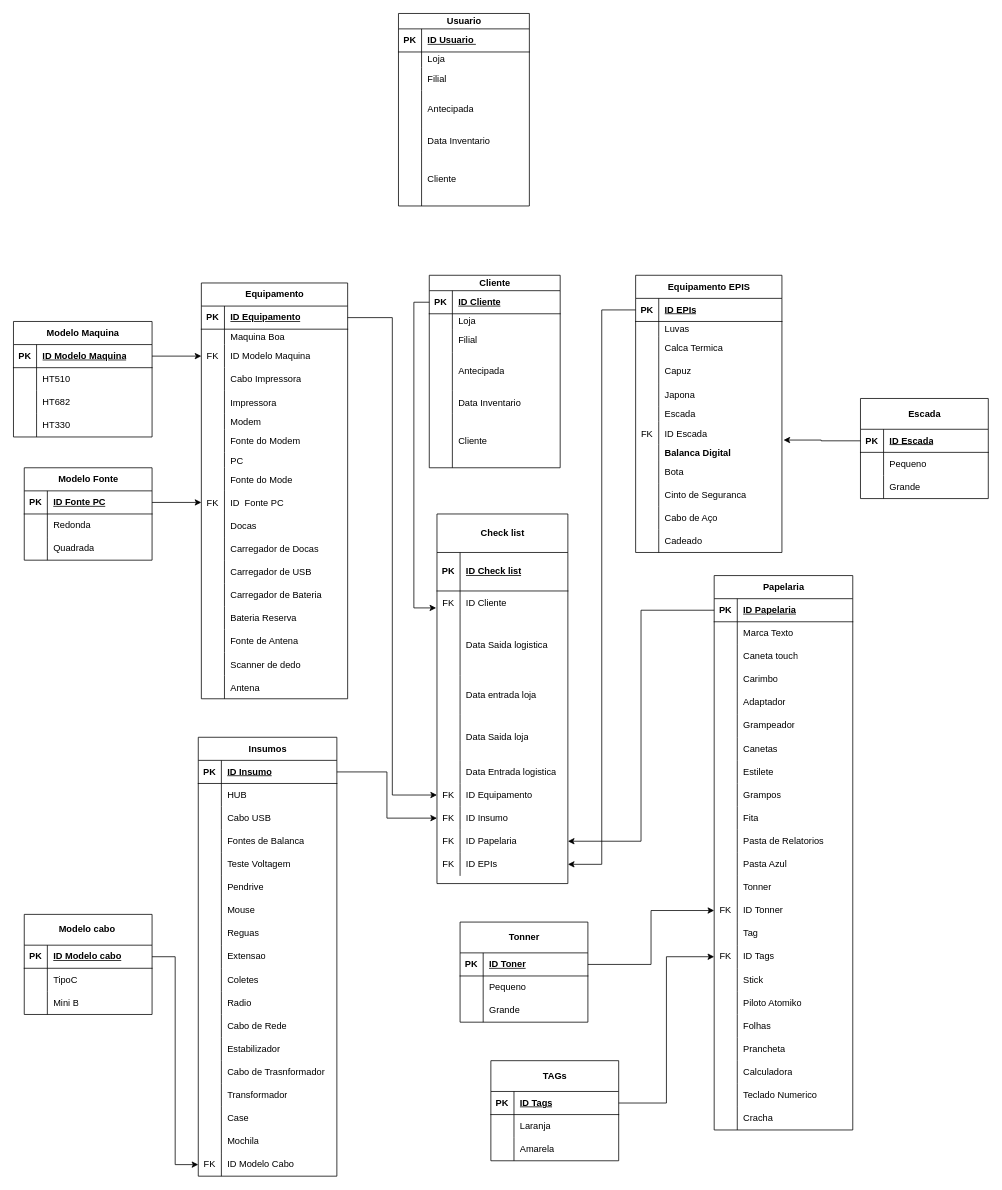
This is Diagrama sem nome.drawio from Marcelrd97/BD-, a draw.io file, before an edit. Source tidied: cells renumbered, new cells numbered last; positions are measured from the earlier drawing's top-left corner, leaving out a move shared by most shapes. Both pictures are drawn from the tidied source at 77%, with x=0, y=0 at pixel (13, 13).
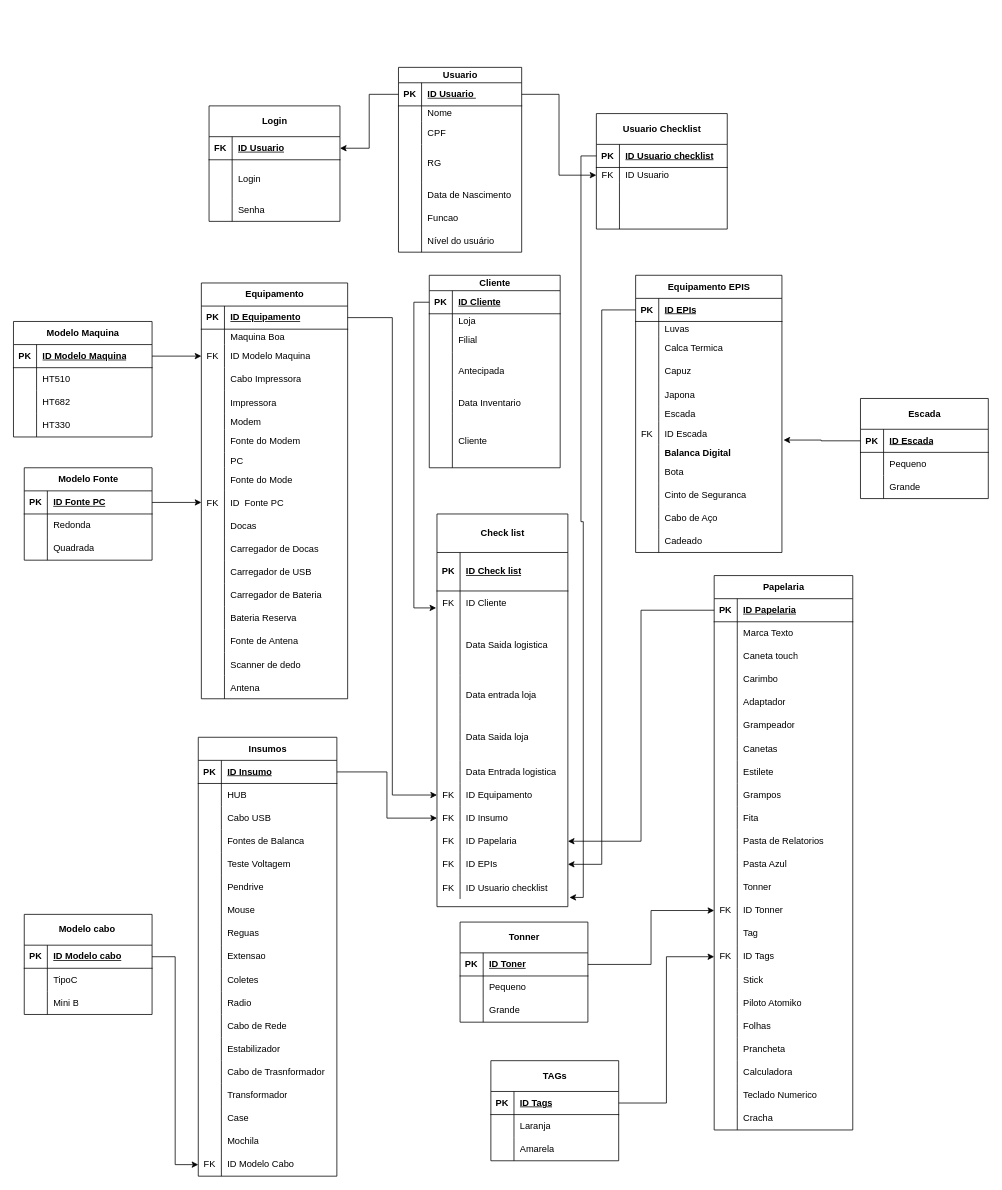
The same page after the edit.

Change to the diagram source:
```diff
@@
     <mxCell id="311" value="Check list" style="shape=table;startSize=50;childLayout=tableLayout;rowLines=0;fontStyle=1;align=center;html=1;" parent="1" vertex="1">
-      <mxGeometry x="550" y="650" width="170" height="480" as="geometry" />
+      <mxGeometry x="550" y="650" width="170" height="510" as="geometry" />
     </mxCell>
@@
+    <mxCell id="366" style="shape=tableRow;horizontal=0;startSize=0;swimlaneHead=0;swimlaneBody=0;fillColor=none;points=[[0,0.5],[1,0.5]];portConstraint=eastwest;top=0;left=0;right=0;bottom=0;" parent="311" vertex="1">
+      <mxGeometry y="470" width="170" height="30" as="geometry" />
+    </mxCell>
+    <mxCell id="367" value="FK" style="shape=partialRectangle;fillColor=none;top=0;left=0;bottom=0;right=0;overflow=hidden;" parent="366" vertex="1">
+      <mxGeometry width="30" height="30" as="geometry" />
+    </mxCell>
+    <mxCell id="368" value="ID Usuario checklist" style="shape=partialRectangle;fillColor=none;top=0;left=0;bottom=0;right=0;align=left;spacingLeft=6;overflow=hidden;" parent="366" vertex="1">
+      <mxGeometry x="30" width="140" height="30" as="geometry" />
+    </mxCell>
@@
     <mxCell id="347" value="Usuario" style="shape=table;startSize=20;childLayout=tableLayout;rowLines=0;fontStyle=1;align=center;html=1;" parent="1" vertex="1">
-      <mxGeometry x="500" width="170" height="250" as="geometry" />
+      <mxGeometry x="500" y="70" width="160" height="240" as="geometry" />
     </mxCell>
     <mxCell id="348" style="shape=tableRow;horizontal=0;startSize=0;swimlaneHead=0;swimlaneBody=0;fillColor=none;points=[[0,0.5],[1,0.5]];portConstraint=eastwest;top=0;left=0;right=0;bottom=1;" parent="347" vertex="1">
-      <mxGeometry y="20" width="170" height="30" as="geometry" />
+      <mxGeometry y="20" width="160" height="30" as="geometry" />
     </mxCell>
@@
     <mxCell id="350" value="ID Usuario&amp;nbsp;" style="shape=partialRectangle;fillColor=none;top=0;left=0;bottom=0;right=0;align=left;spacingLeft=6;fontStyle=5;overflow=hidden;whiteSpace=wrap;html=1;" parent="348" vertex="1">
-      <mxGeometry x="30" width="140" height="30" as="geometry" />
+      <mxGeometry x="30" width="130" height="30" as="geometry" />
     </mxCell>
     <mxCell id="351" style="shape=tableRow;horizontal=0;startSize=0;swimlaneHead=0;swimlaneBody=0;fillColor=none;top=0;left=0;right=0;bottom=0;" parent="347" vertex="1">
-      <mxGeometry y="50" width="170" height="20" as="geometry" />
+      <mxGeometry y="50" width="160" height="20" as="geometry" />
     </mxCell>
@@
-    <mxCell id="353" value="Loja" style="shape=partialRectangle;fillColor=none;top=0;left=0;bottom=0;right=0;align=left;spacingLeft=6;overflow=hidden;whiteSpace=wrap;html=1;" parent="351" vertex="1">
-      <mxGeometry x="30" width="140" height="20" as="geometry" />
+    <mxCell id="353" value="Nome" style="shape=partialRectangle;fillColor=none;top=0;left=0;bottom=0;right=0;align=left;spacingLeft=6;overflow=hidden;whiteSpace=wrap;html=1;" parent="351" vertex="1">
+      <mxGeometry x="30" width="130" height="20" as="geometry" />
     </mxCell>
     <mxCell id="354" style="shape=tableRow;horizontal=0;startSize=0;swimlaneHead=0;swimlaneBody=0;fillColor=none;top=0;left=0;right=0;bottom=0;" parent="347" vertex="1">
-      <mxGeometry y="70" width="170" height="30" as="geometry" />
+      <mxGeometry y="70" width="160" height="30" as="geometry" />
     </mxCell>
@@
-    <mxCell id="356" value="Filial" style="shape=partialRectangle;fillColor=none;top=0;left=0;bottom=0;right=0;align=left;spacingLeft=6;overflow=hidden;whiteSpace=wrap;html=1;" parent="354" vertex="1">
-      <mxGeometry x="30" width="140" height="30" as="geometry" />
+    <mxCell id="356" value="CPF" style="shape=partialRectangle;fillColor=none;top=0;left=0;bottom=0;right=0;align=left;spacingLeft=6;overflow=hidden;whiteSpace=wrap;html=1;" parent="354" vertex="1">
+      <mxGeometry x="30" width="130" height="30" as="geometry" />
     </mxCell>
     <mxCell id="357" style="shape=tableRow;horizontal=0;startSize=0;swimlaneHead=0;swimlaneBody=0;fillColor=none;top=0;left=0;right=0;bottom=0;" parent="347" vertex="1">
-      <mxGeometry y="100" width="170" height="50" as="geometry" />
+      <mxGeometry y="100" width="160" height="50" as="geometry" />
     </mxCell>
@@
-    <mxCell id="359" value="Antecipada" style="shape=partialRectangle;fillColor=none;top=0;left=0;bottom=0;right=0;align=left;spacingLeft=6;overflow=hidden;whiteSpace=wrap;html=1;" parent="357" vertex="1">
-      <mxGeometry x="30" width="140" height="50" as="geometry" />
+    <mxCell id="359" value="RG" style="shape=partialRectangle;fillColor=none;top=0;left=0;bottom=0;right=0;align=left;spacingLeft=6;overflow=hidden;whiteSpace=wrap;html=1;" parent="357" vertex="1">
+      <mxGeometry x="30" width="130" height="50" as="geometry" />
     </mxCell>
     <mxCell id="360" style="shape=tableRow;horizontal=0;startSize=0;swimlaneHead=0;swimlaneBody=0;fillColor=none;top=0;left=0;right=0;bottom=0;" parent="347" vertex="1">
-      <mxGeometry y="150" width="170" height="30" as="geometry" />
+      <mxGeometry y="150" width="160" height="30" as="geometry" />
     </mxCell>
@@
-    <mxCell id="362" value="Data Inventario" style="shape=partialRectangle;fillColor=none;top=0;left=0;bottom=0;right=0;align=left;spacingLeft=6;overflow=hidden;" parent="360" vertex="1">
-      <mxGeometry x="30" width="140" height="30" as="geometry" />
+    <mxCell id="362" value="Data de Nascimento" style="shape=partialRectangle;fillColor=none;top=0;left=0;bottom=0;right=0;align=left;spacingLeft=6;overflow=hidden;" parent="360" vertex="1">
+      <mxGeometry x="30" width="130" height="30" as="geometry" />
     </mxCell>
-    <mxCell id="363" style="shape=tableRow;horizontal=0;startSize=0;swimlaneHead=0;swimlaneBody=0;fillColor=none;top=0;left=0;right=0;bottom=0;" parent="347" vertex="1">
-      <mxGeometry y="180" width="170" height="70" as="geometry" />
-    </mxCell>
-    <mxCell id="364" style="shape=partialRectangle;fillColor=none;top=0;left=0;bottom=0;right=0;overflow=hidden;" parent="363" vertex="1">
-      <mxGeometry width="30" height="70" as="geometry" />
-    </mxCell>
-    <mxCell id="365" value="Cliente" style="shape=partialRectangle;fillColor=none;top=0;left=0;bottom=0;right=0;align=left;spacingLeft=6;overflow=hidden;" parent="363" vertex="1">
-      <mxGeometry x="30" width="140" height="70" as="geometry" />
-    </mxCell>
+    <mxCell id="369" style="shape=tableRow;horizontal=0;startSize=0;swimlaneHead=0;swimlaneBody=0;fillColor=none;top=0;left=0;right=0;bottom=0;" parent="347" vertex="1">
+      <mxGeometry y="180" width="160" height="30" as="geometry" />
+    </mxCell>
+    <mxCell id="370" style="shape=partialRectangle;fillColor=none;top=0;left=0;bottom=0;right=0;overflow=hidden;" parent="369" vertex="1">
+      <mxGeometry width="30" height="30" as="geometry" />
+    </mxCell>
+    <mxCell id="371" value="Funcao" style="shape=partialRectangle;fillColor=none;top=0;left=0;bottom=0;right=0;align=left;spacingLeft=6;overflow=hidden;" parent="369" vertex="1">
+      <mxGeometry x="30" width="130" height="30" as="geometry" />
+    </mxCell>
+    <mxCell id="372" style="shape=tableRow;horizontal=0;startSize=0;swimlaneHead=0;swimlaneBody=0;fillColor=none;top=0;left=0;right=0;bottom=0;" parent="347" vertex="1">
+      <mxGeometry y="210" width="160" height="30" as="geometry" />
+    </mxCell>
+    <mxCell id="373" style="shape=partialRectangle;fillColor=none;top=0;left=0;bottom=0;right=0;overflow=hidden;" parent="372" vertex="1">
+      <mxGeometry width="30" height="30" as="geometry" />
+    </mxCell>
+    <mxCell id="374" value="Nível do usuário" style="shape=partialRectangle;fillColor=none;top=0;left=0;bottom=0;right=0;align=left;spacingLeft=6;overflow=hidden;" parent="372" vertex="1">
+      <mxGeometry x="30" width="130" height="30" as="geometry" />
+    </mxCell>
+    <mxCell id="375" value="Login" style="shape=table;startSize=40;childLayout=tableLayout;rowLines=0;fontStyle=1;align=center;html=1;" parent="1" vertex="1">
+      <mxGeometry x="254" y="120" width="170" height="150" as="geometry" />
+    </mxCell>
+    <mxCell id="376" style="shape=tableRow;horizontal=0;startSize=0;swimlaneHead=0;swimlaneBody=0;fillColor=none;points=[[0,0.5],[1,0.5]];portConstraint=eastwest;top=0;left=0;right=0;bottom=1;" parent="375" vertex="1">
+      <mxGeometry y="40" width="170" height="30" as="geometry" />
+    </mxCell>
+    <mxCell id="377" value="FK" style="shape=partialRectangle;fillColor=none;top=0;left=0;bottom=0;right=0;fontStyle=1;overflow=hidden;whiteSpace=wrap;html=1;" parent="376" vertex="1">
+      <mxGeometry width="30" height="30" as="geometry" />
+    </mxCell>
+    <mxCell id="378" value="ID Usuario" style="shape=partialRectangle;fillColor=none;top=0;left=0;bottom=0;right=0;align=left;spacingLeft=6;fontStyle=5;overflow=hidden;whiteSpace=wrap;html=1;" parent="376" vertex="1">
+      <mxGeometry x="30" width="140" height="30" as="geometry" />
+    </mxCell>
+    <mxCell id="379" style="shape=tableRow;horizontal=0;startSize=0;swimlaneHead=0;swimlaneBody=0;fillColor=none;top=0;left=0;right=0;bottom=0;" parent="375" vertex="1">
+      <mxGeometry y="70" width="170" height="50" as="geometry" />
+    </mxCell>
+    <mxCell id="380" style="shape=partialRectangle;fillColor=none;top=0;left=0;bottom=0;right=0;overflow=hidden;whiteSpace=wrap;html=1;" parent="379" vertex="1">
+      <mxGeometry width="30" height="50" as="geometry" />
+    </mxCell>
+    <mxCell id="381" value="Login" style="shape=partialRectangle;fillColor=none;top=0;left=0;bottom=0;right=0;align=left;spacingLeft=6;overflow=hidden;whiteSpace=wrap;html=1;" parent="379" vertex="1">
+      <mxGeometry x="30" width="140" height="50" as="geometry" />
+    </mxCell>
+    <mxCell id="382" style="shape=tableRow;horizontal=0;startSize=0;swimlaneHead=0;swimlaneBody=0;fillColor=none;top=0;left=0;right=0;bottom=0;" parent="375" vertex="1">
+      <mxGeometry y="120" width="170" height="30" as="geometry" />
+    </mxCell>
+    <mxCell id="383" style="shape=partialRectangle;fillColor=none;top=0;left=0;bottom=0;right=0;overflow=hidden;whiteSpace=wrap;html=1;" parent="382" vertex="1">
+      <mxGeometry width="30" height="30" as="geometry" />
+    </mxCell>
+    <mxCell id="384" value="Senha" style="shape=partialRectangle;fillColor=none;top=0;left=0;bottom=0;right=0;align=left;spacingLeft=6;overflow=hidden;whiteSpace=wrap;html=1;" parent="382" vertex="1">
+      <mxGeometry x="30" width="140" height="30" as="geometry" />
+    </mxCell>
+    <mxCell id="385" style="edgeStyle=orthogonalEdgeStyle;rounded=0;jettySize=auto;html=1;exitX=0;exitY=0.5;exitDx=0;exitDy=0;entryX=1;entryY=0.5;entryDx=0;entryDy=0;fontFamily=Helvetica;fontSize=12;fontColor=default;" parent="1" edge="1" source="348" target="376">
+      <mxGeometry relative="1" as="geometry" />
+    </mxCell>
+    <mxCell id="386" value="Usuario Checklist" style="shape=table;startSize=40;childLayout=tableLayout;rowLines=0;fontStyle=1;align=center;html=1;" parent="1" vertex="1">
+      <mxGeometry x="757" y="130" width="170" height="150" as="geometry" />
+    </mxCell>
+    <mxCell id="387" style="shape=tableRow;horizontal=0;startSize=0;swimlaneHead=0;swimlaneBody=0;fillColor=none;points=[[0,0.5],[1,0.5]];portConstraint=eastwest;top=0;left=0;right=0;bottom=1;" parent="386" vertex="1">
+      <mxGeometry y="40" width="170" height="30" as="geometry" />
+    </mxCell>
+    <mxCell id="388" value="PK" style="shape=partialRectangle;fillColor=none;top=0;left=0;bottom=0;right=0;fontStyle=1;overflow=hidden;whiteSpace=wrap;html=1;" parent="387" vertex="1">
+      <mxGeometry width="30" height="30" as="geometry" />
+    </mxCell>
+    <mxCell id="389" value="ID Usuario checklist" style="shape=partialRectangle;fillColor=none;top=0;left=0;bottom=0;right=0;align=left;spacingLeft=6;fontStyle=5;overflow=hidden;whiteSpace=wrap;html=1;" parent="387" vertex="1">
+      <mxGeometry x="30" width="140" height="30" as="geometry" />
+    </mxCell>
+    <mxCell id="390" style="shape=tableRow;horizontal=0;startSize=0;swimlaneHead=0;swimlaneBody=0;fillColor=none;points=[[0,0.5],[1,0.5]];portConstraint=eastwest;top=0;left=0;right=0;bottom=0;" parent="386" vertex="1">
+      <mxGeometry y="70" width="170" height="20" as="geometry" />
+    </mxCell>
+    <mxCell id="391" value="FK" style="shape=partialRectangle;fillColor=none;top=0;left=0;bottom=0;right=0;overflow=hidden;whiteSpace=wrap;html=1;" parent="390" vertex="1">
+      <mxGeometry width="30" height="20" as="geometry" />
+    </mxCell>
+    <mxCell id="392" value="ID Usuario" style="shape=partialRectangle;fillColor=none;top=0;left=0;bottom=0;right=0;align=left;spacingLeft=6;overflow=hidden;whiteSpace=wrap;html=1;" parent="390" vertex="1">
+      <mxGeometry x="30" width="140" height="20" as="geometry" />
+    </mxCell>
+    <mxCell id="393" style="shape=tableRow;horizontal=0;startSize=0;swimlaneHead=0;swimlaneBody=0;fillColor=none;top=0;left=0;right=0;bottom=0;" parent="386" vertex="1">
+      <mxGeometry y="90" width="170" height="30" as="geometry" />
+    </mxCell>
+    <mxCell id="394" style="shape=partialRectangle;fillColor=none;top=0;left=0;bottom=0;right=0;overflow=hidden;whiteSpace=wrap;html=1;" parent="393" vertex="1">
+      <mxGeometry width="30" height="30" as="geometry" />
+    </mxCell>
+    <mxCell id="395" style="shape=partialRectangle;fillColor=none;top=0;left=0;bottom=0;right=0;align=left;spacingLeft=6;overflow=hidden;whiteSpace=wrap;html=1;" parent="393" vertex="1">
+      <mxGeometry x="30" width="140" height="30" as="geometry" />
+    </mxCell>
+    <mxCell id="396" style="shape=tableRow;horizontal=0;startSize=0;swimlaneHead=0;swimlaneBody=0;fillColor=none;top=0;left=0;right=0;bottom=0;" parent="386" vertex="1">
+      <mxGeometry y="120" width="170" height="30" as="geometry" />
+    </mxCell>
+    <mxCell id="397" style="shape=partialRectangle;fillColor=none;top=0;left=0;bottom=0;right=0;overflow=hidden;whiteSpace=wrap;html=1;" parent="396" vertex="1">
+      <mxGeometry width="30" height="30" as="geometry" />
+    </mxCell>
+    <mxCell id="398" style="shape=partialRectangle;fillColor=none;top=0;left=0;bottom=0;right=0;align=left;spacingLeft=6;overflow=hidden;whiteSpace=wrap;html=1;" parent="396" vertex="1">
+      <mxGeometry x="30" width="140" height="30" as="geometry" />
+    </mxCell>
+    <mxCell id="399" style="edgeStyle=orthogonalEdgeStyle;rounded=0;jettySize=auto;html=1;exitX=1;exitY=0.5;exitDx=0;exitDy=0;entryX=0;entryY=0.5;entryDx=0;entryDy=0;fontFamily=Helvetica;fontSize=12;fontColor=default;" parent="1" edge="1" source="348" target="390">
+      <mxGeometry relative="1" as="geometry" />
+    </mxCell>
+    <mxCell id="400" style="edgeStyle=orthogonalEdgeStyle;rounded=0;jettySize=auto;html=1;exitX=0;exitY=0.5;exitDx=0;exitDy=0;entryX=1.012;entryY=0.933;entryDx=0;entryDy=0;entryPerimeter=0;fontFamily=Helvetica;fontSize=12;fontColor=default;" parent="1" edge="1" source="387" target="366">
+      <mxGeometry relative="1" as="geometry" />
+    </mxCell>
```
